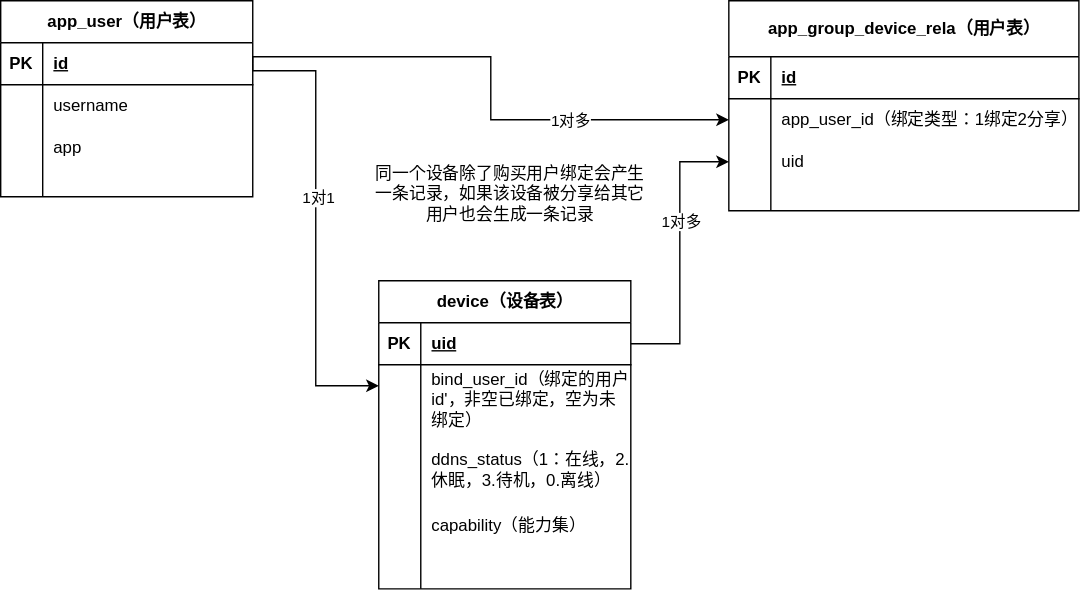
Earlier version of the draw.io export database/1-用户设备关系ER.drawio.svg (LiuXinStrive/ChaoWei). Source tidied: cells renumbered, new cells last; positions are measured from the earlier drawing's top-left corner, leaving out a move shared by most shapes.
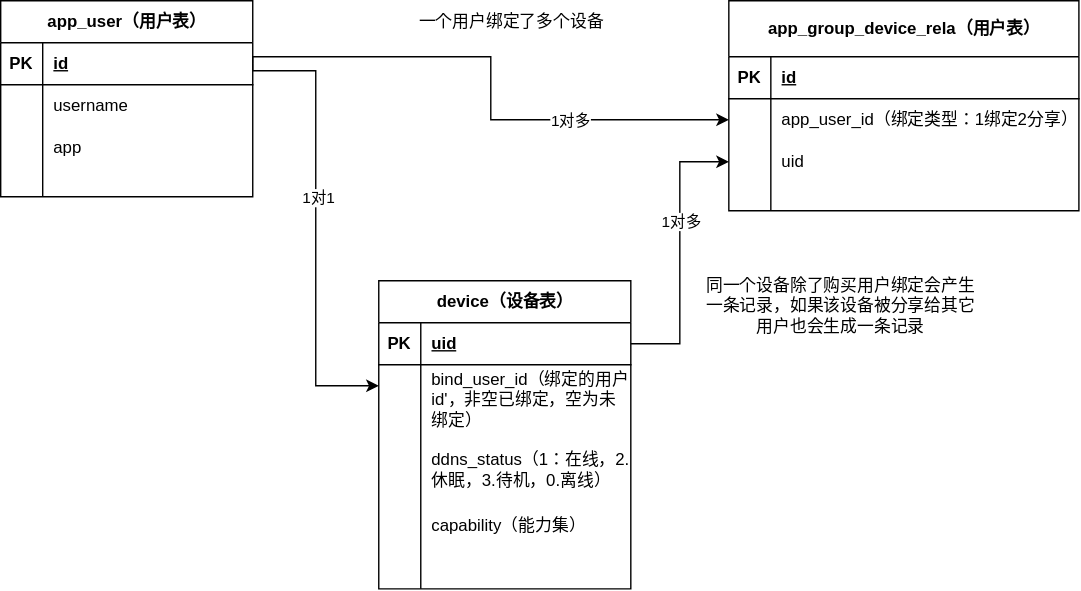
The same diagram one commit later.

Commit message:
更新1-用户设备关系ER.drawio.svg

Change to the diagram source:
```diff
@@ -152,10 +152,13 @@
       <mxGeometry x="0.42" relative="1" as="geometry" />
     </mxCell>
     <mxCell id="47" value="同一个设备除了购买用户绑定会产生一条记录，如果该设备被分享给其它用户也会生成一条记录" style="text;html=1;whiteSpace=wrap;strokeColor=none;fillColor=none;align=center;verticalAlign=middle;rounded=0;" parent="1" vertex="1">
-      <mxGeometry x="264" y="100" width="200" height="75" as="geometry" />
+      <mxGeometry x="500" y="180" width="200" height="75" as="geometry" />
     </mxCell>
     <mxCell id="48" value="capability（能力集）" style="shape=partialRectangle;fillColor=none;top=0;left=0;bottom=0;right=0;align=left;spacingLeft=6;overflow=hidden;whiteSpace=wrap;html=1;" parent="1" vertex="1">
       <mxGeometry x="300" y="350" width="150" height="50" as="geometry" />
     </mxCell>
+    <mxCell id="49" value="一个用户绑定了多个设备" style="text;html=1;whiteSpace=wrap;strokeColor=none;fillColor=none;align=center;verticalAlign=middle;rounded=0;" parent="1" vertex="1">
+      <mxGeometry x="290" width="150" height="30" as="geometry" />
+    </mxCell>
   </root>
 </mxGraphModel>
```
